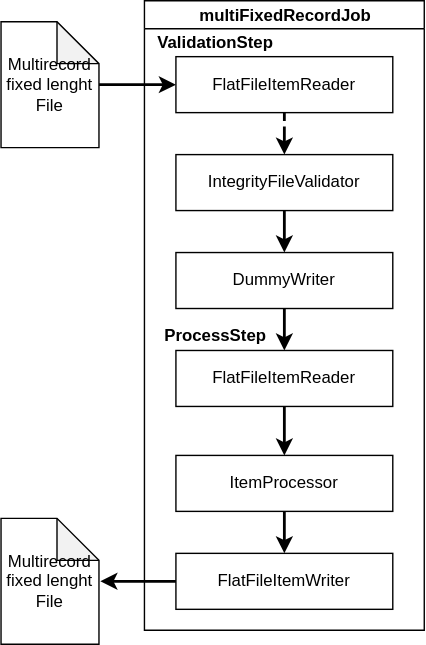
Above: images/multiFixedRecordJob.svg in desprez/springbatch-patterns (draw.io), before the change. Source tidied: cells renumbered, new cells last; positions are measured from the earlier drawing's top-left corner, leaving out a move shared by most shapes.
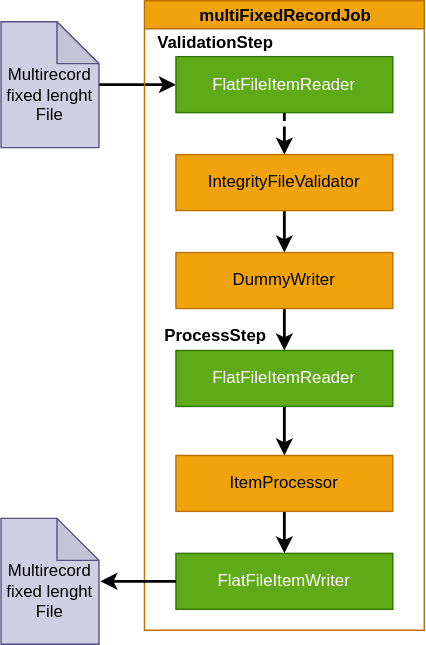
Above is the later version.

Change to the diagram source:
```diff
@@ -5,25 +5,25 @@
     <mxCell id="2" style="edgeStyle=orthogonalEdgeStyle;rounded=0;jettySize=auto;html=1;strokeWidth=2;entryX=0;entryY=0.5;entryDx=0;entryDy=0;" parent="1" edge="1" source="3" target="15">
       <mxGeometry relative="1" as="geometry" />
     </mxCell>
-    <mxCell id="3" value="&lt;div&gt;Multirecord&lt;/div&gt;&lt;div&gt;fixed lenght&lt;br&gt;&lt;/div&gt;&lt;div&gt;File&lt;br&gt;&lt;/div&gt;" style="shape=note;whiteSpace=wrap;html=1;backgroundOutline=1;darkOpacity=0.05;" parent="1" vertex="1">
+    <mxCell id="3" value="&lt;div&gt;&lt;br&gt;&lt;/div&gt;&lt;div&gt;Multirecord&lt;/div&gt;&lt;div&gt;fixed lenght&lt;br&gt;&lt;/div&gt;&lt;div&gt;File&lt;br&gt;&lt;/div&gt;" style="shape=note;whiteSpace=wrap;html=1;backgroundOutline=1;darkOpacity=0.05;fillColor=#d0cee2;strokeColor=#56517e;" parent="1" vertex="1">
       <mxGeometry y="15" width="70" height="90" as="geometry" />
     </mxCell>
-    <mxCell id="4" value="&lt;div&gt;multiFixedRecordJob&lt;/div&gt;" style="swimlane;html=1;startSize=20;horizontal=1;containerType=tree;labelPosition=center;verticalLabelPosition=middle;align=center;verticalAlign=bottom;" parent="1" vertex="1">
+    <mxCell id="4" value="&lt;div&gt;multiFixedRecordJob&lt;/div&gt;" style="swimlane;html=1;startSize=20;horizontal=1;containerType=tree;labelPosition=center;verticalLabelPosition=middle;align=center;verticalAlign=bottom;fillColor=#f0a30a;fontColor=#000000;strokeColor=#BD7000;" parent="1" vertex="1">
       <mxGeometry x="102.5" width="200" height="450" as="geometry" />
     </mxCell>
     <mxCell id="5" style="edgeStyle=elbowEdgeStyle;elbow=vertical;startArrow=none;endArrow=classic;rounded=0;strokeWidth=2;startFill=0;endFill=1;" parent="4" edge="1" source="6" target="9">
       <mxGeometry relative="1" as="geometry" />
     </mxCell>
-    <mxCell id="6" value="FlatFileItemReader" style="whiteSpace=wrap;html=1;newEdgeStyle={&quot;edgeStyle&quot;:&quot;elbowEdgeStyle&quot;,&quot;startArrow&quot;:&quot;none&quot;,&quot;endArrow&quot;:&quot;none&quot;};" parent="4" vertex="1">
+    <mxCell id="6" value="FlatFileItemReader" style="whiteSpace=wrap;html=1;newEdgeStyle={&quot;edgeStyle&quot;:&quot;elbowEdgeStyle&quot;,&quot;startArrow&quot;:&quot;none&quot;,&quot;endArrow&quot;:&quot;none&quot;};fillColor=#60a917;strokeColor=#2D7600;fontColor=#ffffff;" parent="4" vertex="1">
       <mxGeometry x="22.5" y="250" width="155" height="40" as="geometry" />
     </mxCell>
-    <mxCell id="7" value="FlatFileItemWriter" style="whiteSpace=wrap;html=1;newEdgeStyle={&quot;edgeStyle&quot;:&quot;elbowEdgeStyle&quot;,&quot;startArrow&quot;:&quot;none&quot;,&quot;endArrow&quot;:&quot;none&quot;};" parent="4" vertex="1">
+    <mxCell id="7" value="FlatFileItemWriter" style="whiteSpace=wrap;html=1;newEdgeStyle={&quot;edgeStyle&quot;:&quot;elbowEdgeStyle&quot;,&quot;startArrow&quot;:&quot;none&quot;,&quot;endArrow&quot;:&quot;none&quot;};fillColor=#60a917;strokeColor=#2D7600;fontColor=#ffffff;" parent="4" vertex="1">
       <mxGeometry x="22.5" y="395" width="155" height="40" as="geometry" />
     </mxCell>
     <mxCell id="8" style="edgeStyle=elbowEdgeStyle;elbow=vertical;startArrow=none;endArrow=classic;rounded=0;endFill=1;strokeWidth=2;" parent="4" edge="1" source="9" target="7">
       <mxGeometry relative="1" as="geometry" />
     </mxCell>
-    <mxCell id="9" value="ItemProcessor" style="whiteSpace=wrap;html=1;newEdgeStyle={&quot;edgeStyle&quot;:&quot;elbowEdgeStyle&quot;,&quot;startArrow&quot;:&quot;none&quot;,&quot;endArrow&quot;:&quot;none&quot;};" parent="4" vertex="1">
+    <mxCell id="9" value="ItemProcessor" style="whiteSpace=wrap;html=1;newEdgeStyle={&quot;edgeStyle&quot;:&quot;elbowEdgeStyle&quot;,&quot;startArrow&quot;:&quot;none&quot;,&quot;endArrow&quot;:&quot;none&quot;};fillColor=#f0a30a;strokeColor=#BD7000;fontColor=#000000;" parent="4" vertex="1">
       <mxGeometry x="22.5" y="325" width="155" height="40" as="geometry" />
     </mxCell>
     <mxCell id="10" value="ProcessStep" style="text;html=1;align=center;verticalAlign=middle;fontStyle=1;" parent="4" vertex="1">
@@ -35,22 +35,22 @@
     <mxCell id="12" style="edgeStyle=orthogonalEdgeStyle;rounded=0;jettySize=auto;html=1;strokeWidth=2;entryX=0.5;entryY=0;entryDx=0;entryDy=0;" parent="4" edge="1" source="13" target="17">
       <mxGeometry relative="1" as="geometry" />
     </mxCell>
-    <mxCell id="13" value="IntegrityFileValidator" style="whiteSpace=wrap;html=1;newEdgeStyle={&quot;edgeStyle&quot;:&quot;elbowEdgeStyle&quot;,&quot;startArrow&quot;:&quot;none&quot;,&quot;endArrow&quot;:&quot;none&quot;};" parent="4" vertex="1">
+    <mxCell id="13" value="IntegrityFileValidator" style="whiteSpace=wrap;html=1;newEdgeStyle={&quot;edgeStyle&quot;:&quot;elbowEdgeStyle&quot;,&quot;startArrow&quot;:&quot;none&quot;,&quot;endArrow&quot;:&quot;none&quot;};fillColor=#f0a30a;fontColor=#000000;strokeColor=#BD7000;" parent="4" vertex="1">
       <mxGeometry x="22.5" y="110" width="155" height="40" as="geometry" />
     </mxCell>
     <mxCell id="14" style="edgeStyle=orthogonalEdgeStyle;rounded=0;jettySize=auto;html=1;dashed=1;strokeWidth=2;" parent="4" edge="1" source="15" target="13">
       <mxGeometry relative="1" as="geometry" />
     </mxCell>
-    <mxCell id="15" value="FlatFileItemReader" style="whiteSpace=wrap;html=1;newEdgeStyle={&quot;edgeStyle&quot;:&quot;elbowEdgeStyle&quot;,&quot;startArrow&quot;:&quot;none&quot;,&quot;endArrow&quot;:&quot;none&quot;};" parent="4" vertex="1">
+    <mxCell id="15" value="FlatFileItemReader" style="whiteSpace=wrap;html=1;newEdgeStyle={&quot;edgeStyle&quot;:&quot;elbowEdgeStyle&quot;,&quot;startArrow&quot;:&quot;none&quot;,&quot;endArrow&quot;:&quot;none&quot;};fillColor=#60a917;strokeColor=#2D7600;fontColor=#ffffff;" parent="4" vertex="1">
       <mxGeometry x="22.5" y="40" width="155" height="40" as="geometry" />
     </mxCell>
     <mxCell id="16" style="edgeStyle=orthogonalEdgeStyle;rounded=0;jettySize=auto;html=1;strokeWidth=2;" parent="4" edge="1" source="17" target="6">
       <mxGeometry relative="1" as="geometry" />
     </mxCell>
-    <mxCell id="17" value="DummyWriter" style="whiteSpace=wrap;html=1;newEdgeStyle={&quot;edgeStyle&quot;:&quot;elbowEdgeStyle&quot;,&quot;startArrow&quot;:&quot;none&quot;,&quot;endArrow&quot;:&quot;none&quot;};" parent="4" vertex="1">
+    <mxCell id="17" value="DummyWriter" style="whiteSpace=wrap;html=1;newEdgeStyle={&quot;edgeStyle&quot;:&quot;elbowEdgeStyle&quot;,&quot;startArrow&quot;:&quot;none&quot;,&quot;endArrow&quot;:&quot;none&quot;};fillColor=#f0a30a;strokeColor=#BD7000;fontColor=#000000;" parent="4" vertex="1">
       <mxGeometry x="22.5" y="180" width="155" height="40" as="geometry" />
     </mxCell>
-    <mxCell id="18" value="&lt;div&gt;Multirecord&lt;/div&gt;&lt;div&gt;fixed lenght&lt;br&gt;&lt;/div&gt;&lt;div&gt;File&lt;br&gt;&lt;/div&gt;" style="shape=note;whiteSpace=wrap;html=1;backgroundOutline=1;darkOpacity=0.05;" parent="1" vertex="1">
+    <mxCell id="18" value="&lt;div&gt;&lt;br&gt;&lt;/div&gt;&lt;div&gt;Multirecord&lt;/div&gt;&lt;div&gt;fixed lenght&lt;br&gt;&lt;/div&gt;&lt;div&gt;File&lt;br&gt;&lt;/div&gt;" style="shape=note;whiteSpace=wrap;html=1;backgroundOutline=1;darkOpacity=0.05;fillColor=#d0cee2;strokeColor=#56517e;" parent="1" vertex="1">
       <mxGeometry y="370" width="70" height="90" as="geometry" />
     </mxCell>
     <mxCell id="19" style="edgeStyle=orthogonalEdgeStyle;rounded=0;jettySize=auto;html=1;entryX=1.014;entryY=0.5;entryDx=0;entryDy=0;entryPerimeter=0;strokeWidth=2;exitX=0;exitY=0.5;exitDx=0;exitDy=0;" parent="1" edge="1" source="7" target="18">
```
